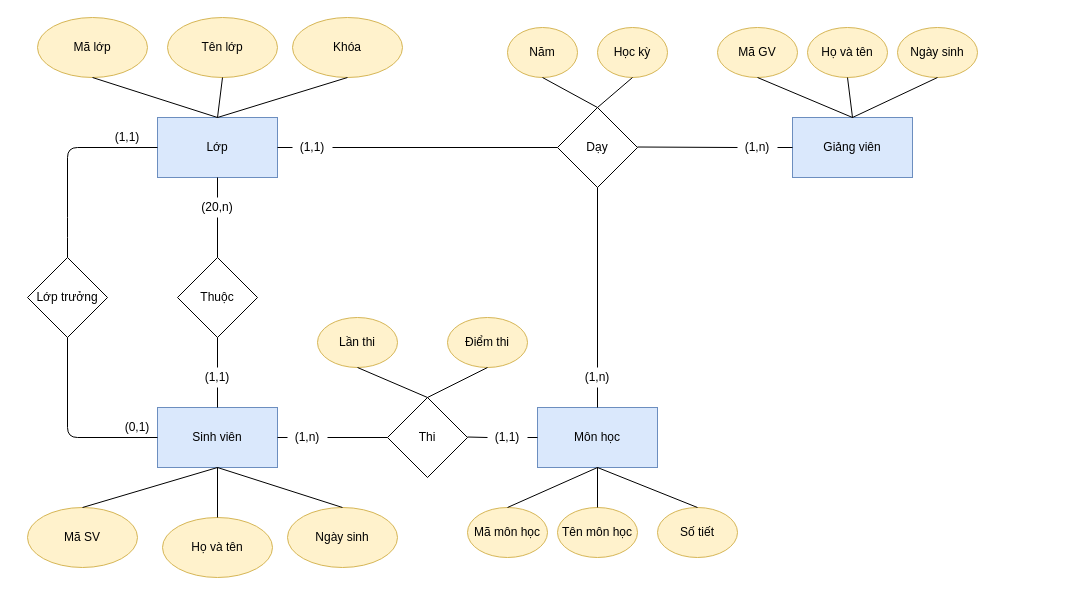
Earlier version of the draw.io diagram page "Page-1" (1 of 2) of Bài tập 1.drawio (haohuynh1101-hub/appShopping). Source tidied: cells renumbered, new cells numbered last; positions are measured from the earlier drawing's top-left corner, leaving out a move shared by most shapes. Both pictures are drawn from the tidied source at 100%, with x=0, y=0 at pixel (27, 17).
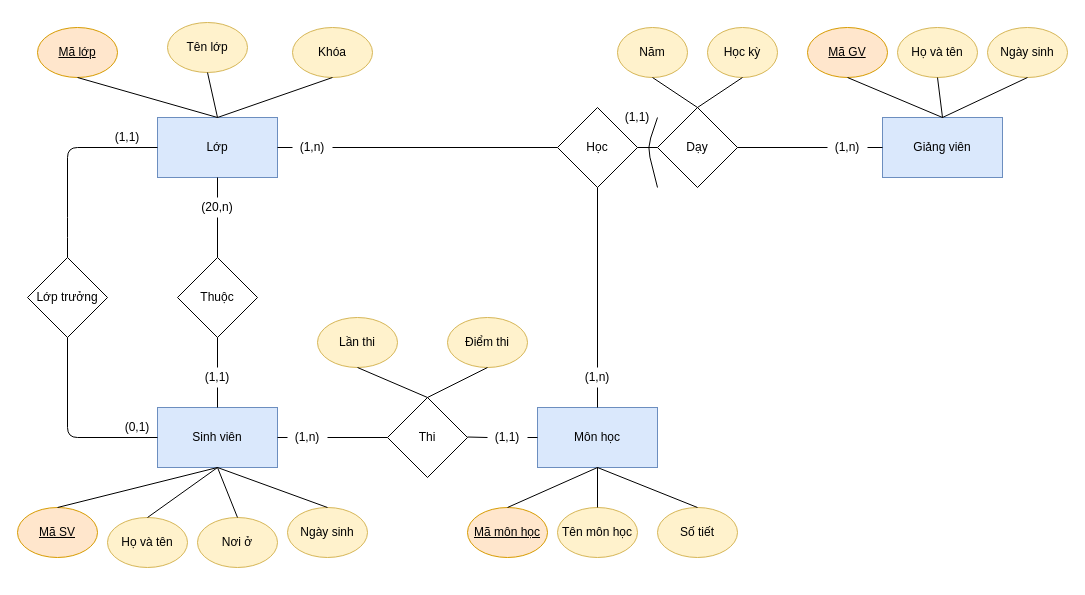
The same page after the edit.

Commit message:
Update Bài tập 2.drawio

The change refers to these unchanged cells:
```xml
<mxCell id="2" value="Sinh viên" style="rounded=0;whiteSpace=wrap;html=1;fillColor=#dae8fc;strokeColor=#6c8ebf;" parent="1" vertex="1">
  <mxGeometry x="130" y="390" width="120" height="60" as="geometry" />
</mxCell>
<mxCell id="66" value="(1,n)" style="text;html=1;strokeColor=none;fillColor=none;align=center;verticalAlign=middle;whiteSpace=wrap;rounded=0;" parent="1" vertex="1">
  <mxGeometry x="550" y="350" width="40" height="20" as="geometry" />
</mxCell>
```

What changed in the source:
```diff
@@
     <mxCell id="3" value="Giảng viên" style="rounded=0;whiteSpace=wrap;html=1;fillColor=#dae8fc;strokeColor=#6c8ebf;" parent="1" vertex="1">
-      <mxGeometry x="765" y="100" width="120" height="60" as="geometry" />
+      <mxGeometry x="855" y="100" width="120" height="60" as="geometry" />
     </mxCell>
-    <mxCell id="4" value="Mã GV" style="ellipse;whiteSpace=wrap;html=1;fillColor=#fff2cc;strokeColor=#d6b656;" parent="1" vertex="1">
-      <mxGeometry x="690" y="10" width="80" height="50" as="geometry" />
+    <mxCell id="4" value="&lt;u&gt;Mã GV&lt;/u&gt;" style="ellipse;whiteSpace=wrap;html=1;fillColor=#ffe6cc;strokeColor=#d79b00;" parent="1" vertex="1">
+      <mxGeometry x="780" y="10" width="80" height="50" as="geometry" />
     </mxCell>
     <mxCell id="5" value="Họ và tên" style="ellipse;whiteSpace=wrap;html=1;fillColor=#fff2cc;strokeColor=#d6b656;" parent="1" vertex="1">
-      <mxGeometry x="780" y="10" width="80" height="50" as="geometry" />
+      <mxGeometry x="870" y="10" width="80" height="50" as="geometry" />
     </mxCell>
     <mxCell id="6" value="Ngày sinh" style="ellipse;whiteSpace=wrap;html=1;fillColor=#fff2cc;strokeColor=#d6b656;" parent="1" vertex="1">
-      <mxGeometry x="870" y="10" width="80" height="50" as="geometry" />
+      <mxGeometry x="960" y="10" width="80" height="50" as="geometry" />
     </mxCell>
@@
-    <mxCell id="18" value="Mã SV" style="ellipse;whiteSpace=wrap;html=1;fillColor=#fff2cc;strokeColor=#d6b656;" parent="1" vertex="1">
-      <mxGeometry y="490" width="110" height="60" as="geometry" />
+    <mxCell id="18" value="&lt;u&gt;Mã SV&lt;/u&gt;" style="ellipse;whiteSpace=wrap;html=1;fillColor=#ffe6cc;strokeColor=#d79b00;" parent="1" vertex="1">
+      <mxGeometry x="-10" y="490" width="80" height="50" as="geometry" />
     </mxCell>
-    <mxCell id="19" value="Họ và tên" style="ellipse;whiteSpace=wrap;html=1;fillColor=#fff2cc;strokeColor=#d6b656;" parent="1" vertex="1">
-      <mxGeometry x="135" y="500" width="110" height="60" as="geometry" />
+    <mxCell id="19" value="Nơi ở" style="ellipse;whiteSpace=wrap;html=1;fillColor=#fff2cc;strokeColor=#d6b656;" parent="1" vertex="1">
+      <mxGeometry x="170" y="500" width="80" height="50" as="geometry" />
     </mxCell>
     <mxCell id="20" value="Ngày sinh" style="ellipse;whiteSpace=wrap;html=1;fillColor=#fff2cc;strokeColor=#d6b656;" parent="1" vertex="1">
-      <mxGeometry x="260" y="490" width="110" height="60" as="geometry" />
+      <mxGeometry x="260" y="490" width="80" height="50" as="geometry" />
     </mxCell>
@@
-    <mxCell id="24" value="Mã lớp" style="ellipse;whiteSpace=wrap;html=1;fillColor=#fff2cc;strokeColor=#d6b656;" parent="1" vertex="1">
-      <mxGeometry x="10" width="110" height="60" as="geometry" />
+    <mxCell id="24" value="&lt;u&gt;Mã lớp&lt;/u&gt;" style="ellipse;whiteSpace=wrap;html=1;fillColor=#ffe6cc;strokeColor=#d79b00;" parent="1" vertex="1">
+      <mxGeometry x="10" y="10" width="80" height="50" as="geometry" />
     </mxCell>
     <mxCell id="25" value="Tên lớp" style="ellipse;whiteSpace=wrap;html=1;fillColor=#fff2cc;strokeColor=#d6b656;" parent="1" vertex="1">
-      <mxGeometry x="140" width="110" height="60" as="geometry" />
+      <mxGeometry x="140" y="5" width="80" height="50" as="geometry" />
     </mxCell>
     <mxCell id="26" value="Khóa" style="ellipse;whiteSpace=wrap;html=1;fillColor=#fff2cc;strokeColor=#d6b656;" parent="1" vertex="1">
-      <mxGeometry x="265" width="110" height="60" as="geometry" />
+      <mxGeometry x="265" y="10" width="80" height="50" as="geometry" />
     </mxCell>
@@
-    <mxCell id="31" value="Mã môn học" style="ellipse;whiteSpace=wrap;html=1;fillColor=#fff2cc;strokeColor=#d6b656;" parent="1" vertex="1">
+    <mxCell id="31" value="&lt;u&gt;Mã môn học&lt;/u&gt;" style="ellipse;whiteSpace=wrap;html=1;fillColor=#ffe6cc;strokeColor=#d79b00;" parent="1" vertex="1">
       <mxGeometry x="440" y="490" width="80" height="50" as="geometry" />
     </mxCell>
@@
     <mxCell id="37" value="Dạy" style="rhombus;whiteSpace=wrap;html=1;" parent="1" vertex="1">
-      <mxGeometry x="530" y="90" width="80" height="80" as="geometry" />
+      <mxGeometry x="630" y="90" width="80" height="80" as="geometry" />
     </mxCell>
-    <mxCell id="38" style="endArrow=none;html=1;entryX=0;entryY=0.5;entryDx=0;entryDy=0;" parent="1" edge="1" source="47" target="37">
-      <mxGeometry relative="1" as="geometry" />
-    </mxCell>
-    <mxCell id="39" style="endArrow=none;html=1;entryX=0.5;entryY=1;entryDx=0;entryDy=0;" parent="1" edge="1" source="66" target="37">
-      <mxGeometry relative="1" as="geometry" />
-    </mxCell>
@@
     <mxCell id="41" value="Năm" style="ellipse;whiteSpace=wrap;html=1;fillColor=#fff2cc;strokeColor=#d6b656;" parent="1" vertex="1">
-      <mxGeometry x="480" y="10" width="70" height="50" as="geometry" />
+      <mxGeometry x="590" y="10" width="70" height="50" as="geometry" />
     </mxCell>
     <mxCell id="42" value="Học kỳ" style="ellipse;whiteSpace=wrap;html=1;fillColor=#fff2cc;strokeColor=#d6b656;" parent="1" vertex="1">
-      <mxGeometry x="570" y="10" width="70" height="50" as="geometry" />
+      <mxGeometry x="680" y="10" width="70" height="50" as="geometry" />
     </mxCell>
@@
     <mxCell id="45" value="(1,n)" style="text;html=1;strokeColor=none;fillColor=none;align=center;verticalAlign=middle;whiteSpace=wrap;rounded=0;" parent="1" vertex="1">
-      <mxGeometry x="710" y="120" width="40" height="20" as="geometry" />
+      <mxGeometry x="800" y="120" width="40" height="20" as="geometry" />
     </mxCell>
-    <mxCell id="46" style="endArrow=none;html=1;entryX=0;entryY=0.5;entryDx=0;entryDy=0;" parent="1" edge="1" target="45">
-      <mxGeometry relative="1" as="geometry">
-        <mxPoint x="610" y="129.5" as="sourcePoint" />
-      </mxGeometry>
+    <mxCell id="46" style="endArrow=none;html=1;entryX=0;entryY=0.5;entryDx=0;entryDy=0;exitX=1;exitY=0.5;exitDx=0;exitDy=0;" parent="1" edge="1" source="37" target="45">
+      <mxGeometry relative="1" as="geometry" />
     </mxCell>
-    <mxCell id="47" value="(1,1)" style="text;html=1;strokeColor=none;fillColor=none;align=center;verticalAlign=middle;whiteSpace=wrap;rounded=0;" parent="1" vertex="1">
+    <mxCell id="47" value="(1,n)" style="text;html=1;strokeColor=none;fillColor=none;align=center;verticalAlign=middle;whiteSpace=wrap;rounded=0;" parent="1" vertex="1">
       <mxGeometry x="265" y="120" width="40" height="20" as="geometry" />
     </mxCell>
@@
+    <mxCell id="68" value="Họ và tên" style="ellipse;whiteSpace=wrap;html=1;fillColor=#fff2cc;strokeColor=#d6b656;" parent="1" vertex="1">
+      <mxGeometry x="80" y="500" width="80" height="50" as="geometry" />
+    </mxCell>
+    <mxCell id="69" style="endArrow=none;html=1;exitX=0.5;exitY=0;exitDx=0;exitDy=0;entryX=0.5;entryY=1;entryDx=0;entryDy=0;" parent="1" edge="1" source="68" target="2">
+      <mxGeometry relative="1" as="geometry" />
+    </mxCell>
+    <mxCell id="70" value="Học" style="rhombus;whiteSpace=wrap;html=1;" parent="1" vertex="1">
+      <mxGeometry x="530" y="90" width="80" height="80" as="geometry" />
+    </mxCell>
+    <mxCell id="71" style="endArrow=none;html=1;entryX=0.5;entryY=1;entryDx=0;entryDy=0;exitX=0.5;exitY=0;exitDx=0;exitDy=0;" parent="1" edge="1" source="66" target="70">
+      <mxGeometry relative="1" as="geometry" />
+    </mxCell>
+    <mxCell id="72" style="endArrow=none;html=1;entryX=0;entryY=0.5;entryDx=0;entryDy=0;exitX=1;exitY=0.5;exitDx=0;exitDy=0;" parent="1" edge="1" source="47" target="70">
+      <mxGeometry relative="1" as="geometry" />
+    </mxCell>
+    <mxCell id="73" style="endArrow=none;html=1;entryX=0;entryY=0.5;entryDx=0;entryDy=0;exitX=1;exitY=0.5;exitDx=0;exitDy=0;" parent="1" edge="1" source="70" target="37">
+      <mxGeometry relative="1" as="geometry" />
+    </mxCell>
+    <mxCell id="74" style="endArrow=none;html=1;" parent="1" edge="1">
+      <mxGeometry relative="1" as="geometry">
+        <mxPoint x="630" y="170" as="sourcePoint" />
+        <mxPoint x="630" y="100" as="targetPoint" />
+        <Array as="points">
+          <mxPoint x="620" y="130" />
+        </Array>
+      </mxGeometry>
+    </mxCell>
+    <mxCell id="75" value="(1,1)" style="text;html=1;strokeColor=none;fillColor=none;align=center;verticalAlign=middle;whiteSpace=wrap;rounded=0;" parent="1" vertex="1">
+      <mxGeometry x="590" y="90" width="40" height="20" as="geometry" />
+    </mxCell>
```
